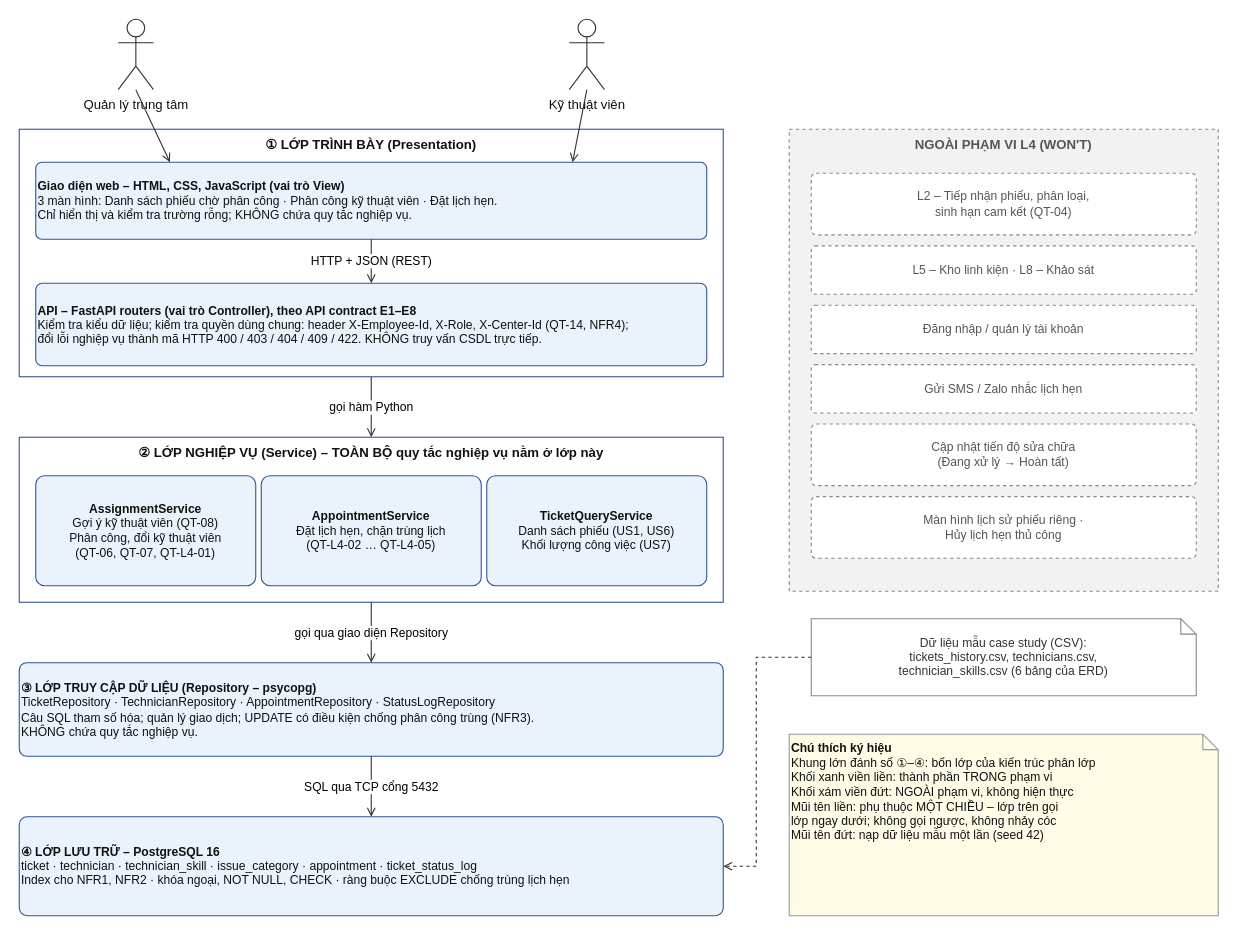
The draw.io diagram docs/architecture.drawio in Thaiduc2374802010117/smartcrm-2374802010117-technician-assignment, before the edit. Source tidied: cells renumbered, new cells numbered last; positions are measured from the earlier drawing's top-left corner, leaving out a move shared by most shapes. Both pictures are drawn from the tidied source at 110%, with x=0, y=0 at pixel (19, 19).
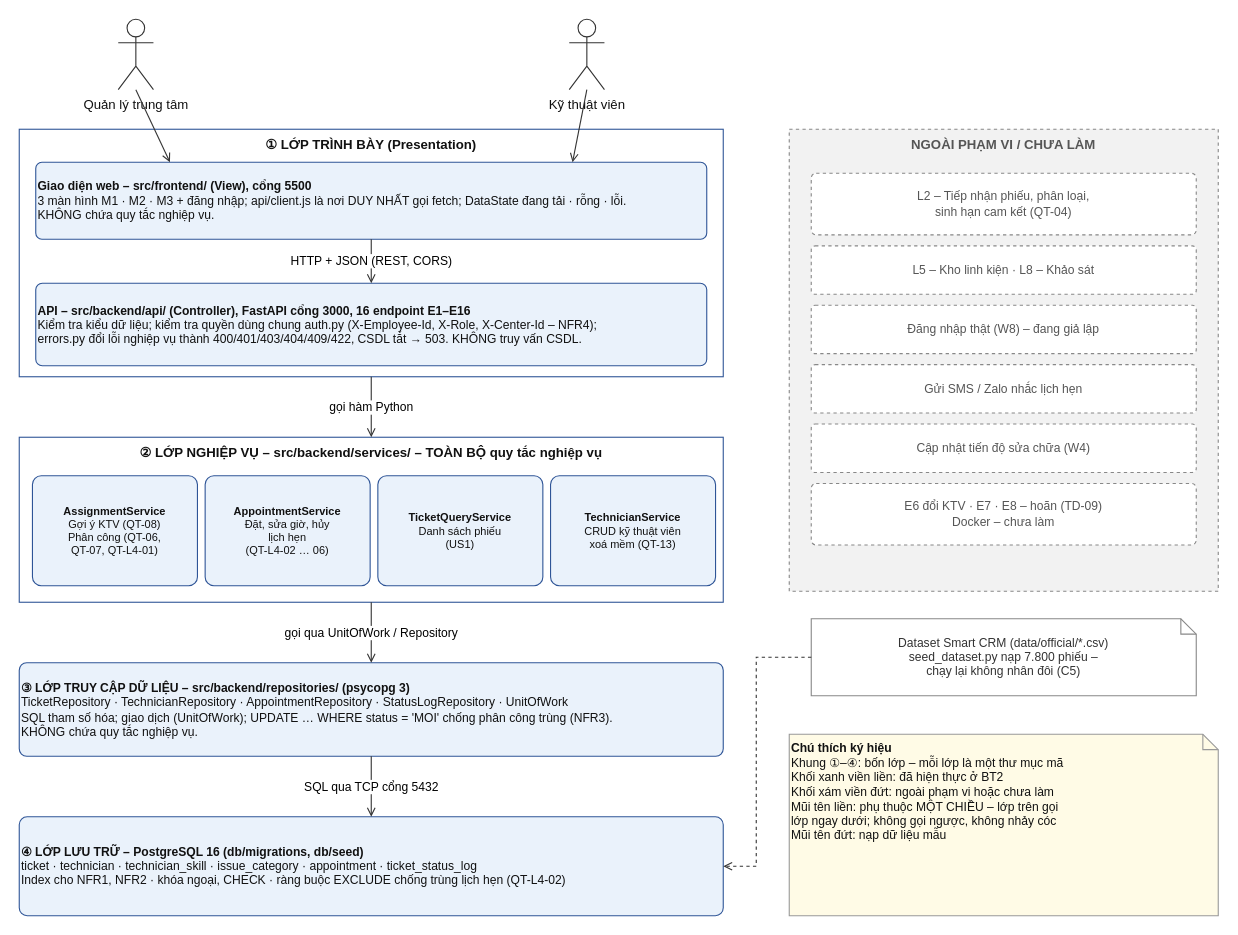
Above is the later version.

The change refers to these unchanged cells:
```xml
<mxCell id="2" value="Quản lý trung tâm" style="shape=umlActor;verticalLabelPosition=bottom;verticalAlign=top;html=1;outlineConnect=0;fillColor=#FFFFFF;strokeColor=#333333;fontSize=12;fontColor=#111111;" parent="1" vertex="1">
  <mxGeometry x="90" width="32" height="64" as="geometry" />
</mxCell>
<mxCell id="3" value="Kỹ thuật viên" style="shape=umlActor;verticalLabelPosition=bottom;verticalAlign=top;html=1;outlineConnect=0;fillColor=#FFFFFF;strokeColor=#333333;fontSize=12;fontColor=#111111;" parent="1" vertex="1">
  <mxGeometry x="500" width="32" height="64" as="geometry" />
</mxCell>
<mxCell id="4" value="&lt;b&gt;① LỚP TRÌNH BÀY (Presentation)&lt;/b&gt;" style="rounded=0;whiteSpace=wrap;html=1;verticalAlign=top;fillColor=#FFFFFF;strokeColor=#2F5597;fontSize=12;fontColor=#111111;align=center;" parent="1" vertex="1">
  <mxGeometry y="100" width="640" height="225" as="geometry" />
</mxCell>
```

What changed in the source:
```diff
@@
-    <mxCell id="5" value="&lt;b&gt;Giao diện web – HTML, CSS, JavaScript (vai trò View)&lt;/b&gt;&lt;br&gt;3 màn hình: Danh sách phiếu chờ phân công · Phân công kỹ thuật viên · Đặt lịch hẹn.&lt;br&gt;Chỉ hiển thị và kiểm tra trường rỗng; KHÔNG chứa quy tắc nghiệp vụ." style="rounded=1;arcSize=8;whiteSpace=wrap;html=1;fillColor=#EAF2FB;strokeColor=#2F5597;fontSize=11;fontColor=#111111;align=left;verticalAlign=middle;" parent="1" vertex="1">
+    <mxCell id="5" value="&lt;b&gt;Giao diện web – src/frontend/ (View), cổng 5500&lt;/b&gt;&lt;br&gt;3 màn hình M1 · M2 · M3 + đăng nhập; api/client.js là nơi DUY NHẤT gọi fetch; DataState đang tải · rỗng · lỗi.&lt;br&gt;KHÔNG chứa quy tắc nghiệp vụ." style="rounded=1;arcSize=8;whiteSpace=wrap;html=1;fillColor=#EAF2FB;strokeColor=#2F5597;fontSize=11;fontColor=#111111;align=left;verticalAlign=middle;" parent="1" vertex="1">
       <mxGeometry x="15" y="130" width="610" height="70" as="geometry" />
     </mxCell>
-    <mxCell id="6" value="&lt;b&gt;API – FastAPI routers (vai trò Controller), theo API contract E1–E8&lt;/b&gt;&lt;br&gt;Kiểm tra kiểu dữ liệu; kiểm tra quyền dùng chung: header X-Employee-Id, X-Role, X-Center-Id (QT-14, NFR4);&lt;br&gt;đổi lỗi nghiệp vụ thành mã HTTP 400 / 403 / 404 / 409 / 422. KHÔNG truy vấn CSDL trực tiếp." style="rounded=1;arcSize=8;whiteSpace=wrap;html=1;fillColor=#EAF2FB;strokeColor=#2F5597;fontSize=11;fontColor=#111111;align=left;verticalAlign=middle;" parent="1" vertex="1">
+    <mxCell id="6" value="&lt;b&gt;API – src/backend/api/ (Controller), FastAPI cổng 3000, 16 endpoint E1–E16&lt;/b&gt;&lt;br&gt;Kiểm tra kiểu dữ liệu; kiểm tra quyền dùng chung auth.py (X-Employee-Id, X-Role, X-Center-Id – NFR4);&lt;br&gt;errors.py đổi lỗi nghiệp vụ thành 400/401/403/404/409/422, CSDL tắt → 503. KHÔNG truy vấn CSDL." style="rounded=1;arcSize=8;whiteSpace=wrap;html=1;fillColor=#EAF2FB;strokeColor=#2F5597;fontSize=11;fontColor=#111111;align=left;verticalAlign=middle;" parent="1" vertex="1">
       <mxGeometry x="15" y="240" width="610" height="75" as="geometry" />
     </mxCell>
-    <mxCell id="7" value="&lt;b&gt;② LỚP NGHIỆP VỤ (Service) – TOÀN BỘ quy tắc nghiệp vụ nằm ở lớp này&lt;/b&gt;" style="rounded=0;whiteSpace=wrap;html=1;verticalAlign=top;fillColor=#FFFFFF;strokeColor=#2F5597;fontSize=12;fontColor=#111111;align=center;" parent="1" vertex="1">
+    <mxCell id="7" value="&lt;b&gt;② LỚP NGHIỆP VỤ – src/backend/services/ – TOÀN BỘ quy tắc nghiệp vụ&lt;/b&gt;" style="rounded=0;whiteSpace=wrap;html=1;verticalAlign=top;fillColor=#FFFFFF;strokeColor=#2F5597;fontSize=12;fontColor=#111111;align=center;" parent="1" vertex="1">
       <mxGeometry y="380" width="640" height="150" as="geometry" />
     </mxCell>
+    <mxCell id="29" value="&lt;b&gt;AssignmentService&lt;/b&gt;&lt;br&gt;Gợi ý KTV (QT-08)&lt;br&gt;Phân công (QT-06,&lt;br&gt;QT-07, QT-L4-01)" style="rounded=1;arcSize=8;whiteSpace=wrap;html=1;fillColor=#EAF2FB;strokeColor=#2F5597;fontSize=10;fontColor=#111111;align=center;verticalAlign=middle;" parent="1" vertex="1">
+      <mxGeometry x="12" y="415" width="150" height="100" as="geometry" />
+    </mxCell>
-    <mxCell id="8" value="&lt;b&gt;AssignmentService&lt;/b&gt;&lt;br&gt;Gợi ý kỹ thuật viên (QT-08)&lt;br&gt;Phân công, đổi kỹ thuật viên&lt;br&gt;(QT-06, QT-07, QT-L4-01)" style="rounded=1;arcSize=8;whiteSpace=wrap;html=1;fillColor=#EAF2FB;strokeColor=#2F5597;fontSize=11;fontColor=#111111;align=center;verticalAlign=middle;" parent="1" vertex="1">
-      <mxGeometry x="15" y="415" width="200" height="100" as="geometry" />
+    <mxCell id="8" value="&lt;b&gt;AppointmentService&lt;/b&gt;&lt;br&gt;Đặt, sửa giờ, hủy&lt;br&gt;lịch hẹn&lt;br&gt;(QT-L4-02 … 06)" style="rounded=1;arcSize=8;whiteSpace=wrap;html=1;fillColor=#EAF2FB;strokeColor=#2F5597;fontSize=10;fontColor=#111111;align=center;verticalAlign=middle;" parent="1" vertex="1">
+      <mxGeometry x="169" y="415" width="150" height="100" as="geometry" />
     </mxCell>
-    <mxCell id="9" value="&lt;b&gt;AppointmentService&lt;/b&gt;&lt;br&gt;Đặt lịch hẹn, chặn trùng lịch&lt;br&gt;(QT-L4-02 … QT-L4-05)" style="rounded=1;arcSize=8;whiteSpace=wrap;html=1;fillColor=#EAF2FB;strokeColor=#2F5597;fontSize=11;fontColor=#111111;align=center;verticalAlign=middle;" parent="1" vertex="1">
-      <mxGeometry x="220" y="415" width="200" height="100" as="geometry" />
+    <mxCell id="9" value="&lt;b&gt;TicketQueryService&lt;/b&gt;&lt;br&gt;Danh sách phiếu&lt;br&gt;(US1)" style="rounded=1;arcSize=8;whiteSpace=wrap;html=1;fillColor=#EAF2FB;strokeColor=#2F5597;fontSize=10;fontColor=#111111;align=center;verticalAlign=middle;" parent="1" vertex="1">
+      <mxGeometry x="326" y="415" width="150" height="100" as="geometry" />
     </mxCell>
-    <mxCell id="10" value="&lt;b&gt;TicketQueryService&lt;/b&gt;&lt;br&gt;Danh sách phiếu (US1, US6)&lt;br&gt;Khối lượng công việc (US7)" style="rounded=1;arcSize=8;whiteSpace=wrap;html=1;fillColor=#EAF2FB;strokeColor=#2F5597;fontSize=11;fontColor=#111111;align=center;verticalAlign=middle;" parent="1" vertex="1">
-      <mxGeometry x="425" y="415" width="200" height="100" as="geometry" />
+    <mxCell id="10" value="&lt;b&gt;TechnicianService&lt;/b&gt;&lt;br&gt;CRUD kỹ thuật viên&lt;br&gt;xoá mềm (QT-13)" style="rounded=1;arcSize=8;whiteSpace=wrap;html=1;fillColor=#EAF2FB;strokeColor=#2F5597;fontSize=10;fontColor=#111111;align=center;verticalAlign=middle;" parent="1" vertex="1">
+      <mxGeometry x="483" y="415" width="150" height="100" as="geometry" />
     </mxCell>
-    <mxCell id="11" value="&lt;b&gt;③ LỚP TRUY CẬP DỮ LIỆU (Repository – psycopg)&lt;/b&gt;&lt;br&gt;TicketRepository · TechnicianRepository · AppointmentRepository · StatusLogRepository&lt;br&gt;Câu SQL tham số hóa; quản lý giao dịch; UPDATE có điều kiện chống phân công trùng (NFR3).&lt;br&gt;KHÔNG chứa quy tắc nghiệp vụ." style="rounded=1;arcSize=8;whiteSpace=wrap;html=1;fillColor=#EAF2FB;strokeColor=#2F5597;fontSize=11;fontColor=#111111;align=left;verticalAlign=middle;" parent="1" vertex="1">
+    <mxCell id="11" value="&lt;b&gt;③ LỚP TRUY CẬP DỮ LIỆU – src/backend/repositories/ (psycopg 3)&lt;/b&gt;&lt;br&gt;TicketRepository · TechnicianRepository · AppointmentRepository · StatusLogRepository · UnitOfWork&lt;br&gt;SQL tham số hóa; giao dịch (UnitOfWork); UPDATE … WHERE status = &amp;#x27;MOI&amp;#x27; chống phân công trùng (NFR3).&lt;br&gt;KHÔNG chứa quy tắc nghiệp vụ." style="rounded=1;arcSize=8;whiteSpace=wrap;html=1;fillColor=#EAF2FB;strokeColor=#2F5597;fontSize=11;fontColor=#111111;align=left;verticalAlign=middle;" parent="1" vertex="1">
       <mxGeometry y="585" width="640" height="85" as="geometry" />
     </mxCell>
-    <mxCell id="12" value="&lt;b&gt;④ LỚP LƯU TRỮ – PostgreSQL 16&lt;/b&gt;&lt;br&gt;ticket · technician · technician_skill · issue_category · appointment · ticket_status_log&lt;br&gt;Index cho NFR1, NFR2 · khóa ngoại, NOT NULL, CHECK · ràng buộc EXCLUDE chống trùng lịch hẹn" style="rounded=1;arcSize=8;whiteSpace=wrap;html=1;fillColor=#EAF2FB;strokeColor=#2F5597;fontSize=11;fontColor=#111111;align=left;verticalAlign=middle;" parent="1" vertex="1">
+    <mxCell id="12" value="&lt;b&gt;④ LỚP LƯU TRỮ – PostgreSQL 16 (db/migrations, db/seed)&lt;/b&gt;&lt;br&gt;ticket · technician · technician_skill · issue_category · appointment · ticket_status_log&lt;br&gt;Index cho NFR1, NFR2 · khóa ngoại, CHECK · ràng buộc EXCLUDE chống trùng lịch hẹn (QT-L4-02)" style="rounded=1;arcSize=8;whiteSpace=wrap;html=1;fillColor=#EAF2FB;strokeColor=#2F5597;fontSize=11;fontColor=#111111;align=left;verticalAlign=middle;" parent="1" vertex="1">
       <mxGeometry y="725" width="640" height="90" as="geometry" />
     </mxCell>
-    <mxCell id="13" value="&lt;b&gt;NGOÀI PHẠM VI L4 (WON&amp;#x27;T)&lt;/b&gt;" style="rounded=0;whiteSpace=wrap;html=1;verticalAlign=top;fillColor=#F2F2F2;strokeColor=#888888;fontSize=12;fontColor=#555555;align=center;dashed=1;" parent="1" vertex="1">
+    <mxCell id="13" value="&lt;b&gt;NGOÀI PHẠM VI / CHƯA LÀM&lt;/b&gt;" style="rounded=0;whiteSpace=wrap;html=1;verticalAlign=top;fillColor=#F2F2F2;strokeColor=#888888;fontSize=12;fontColor=#555555;align=center;dashed=1;" parent="1" vertex="1">
       <mxGeometry x="700" y="100" width="390" height="420" as="geometry" />
     </mxCell>
@@
-    <mxCell id="16" value="Đăng nhập / quản lý tài khoản" style="rounded=1;arcSize=8;whiteSpace=wrap;html=1;fillColor=#FFFFFF;strokeColor=#888888;fontSize=11;fontColor=#555555;align=center;verticalAlign=middle;dashed=1;" parent="1" vertex="1">
+    <mxCell id="16" value="Đăng nhập thật (W8) – đang giả lập" style="rounded=1;arcSize=8;whiteSpace=wrap;html=1;fillColor=#FFFFFF;strokeColor=#888888;fontSize=11;fontColor=#555555;align=center;verticalAlign=middle;dashed=1;" parent="1" vertex="1">
       <mxGeometry x="720" y="260" width="350" height="44" as="geometry" />
     </mxCell>
@@
-    <mxCell id="18" value="Cập nhật tiến độ sửa chữa&lt;br&gt;(Đang xử lý → Hoàn tất)" style="rounded=1;arcSize=8;whiteSpace=wrap;html=1;fillColor=#FFFFFF;strokeColor=#888888;fontSize=11;fontColor=#555555;align=center;verticalAlign=middle;dashed=1;" parent="1" vertex="1">
-      <mxGeometry x="720" y="368" width="350" height="56" as="geometry" />
+    <mxCell id="18" value="Cập nhật tiến độ sửa chữa (W4)" style="rounded=1;arcSize=8;whiteSpace=wrap;html=1;fillColor=#FFFFFF;strokeColor=#888888;fontSize=11;fontColor=#555555;align=center;verticalAlign=middle;dashed=1;" parent="1" vertex="1">
+      <mxGeometry x="720" y="368" width="350" height="44" as="geometry" />
     </mxCell>
-    <mxCell id="19" value="Màn hình lịch sử phiếu riêng ·&lt;br&gt;Hủy lịch hẹn thủ công" style="rounded=1;arcSize=8;whiteSpace=wrap;html=1;fillColor=#FFFFFF;strokeColor=#888888;fontSize=11;fontColor=#555555;align=center;verticalAlign=middle;dashed=1;" parent="1" vertex="1">
-      <mxGeometry x="720" y="434" width="350" height="56" as="geometry" />
+    <mxCell id="19" value="E6 đổi KTV · E7 · E8 – hoãn (TD-09)&lt;br&gt;Docker – chưa làm" style="rounded=1;arcSize=8;whiteSpace=wrap;html=1;fillColor=#FFFFFF;strokeColor=#888888;fontSize=11;fontColor=#555555;align=center;verticalAlign=middle;dashed=1;" parent="1" vertex="1">
+      <mxGeometry x="720" y="422" width="350" height="56" as="geometry" />
     </mxCell>
-    <mxCell id="20" value="Dữ liệu mẫu case study (CSV):&lt;br&gt;tickets_history.csv, technicians.csv,&lt;br&gt;technician_skills.csv (6 bảng của ERD)" style="shape=note;size=14;whiteSpace=wrap;html=1;fillColor=#FFFFFF;strokeColor=#888888;fontSize=11;fontColor=#333333;align=center;verticalAlign=middle;" parent="1" vertex="1">
+    <mxCell id="20" value="Dataset Smart CRM (data/official/*.csv)&lt;br&gt;seed_dataset.py nạp 7.800 phiếu –&lt;br&gt;chạy lại không nhân đôi (C5)" style="shape=note;size=14;whiteSpace=wrap;html=1;fillColor=#FFFFFF;strokeColor=#888888;fontSize=11;fontColor=#333333;align=center;verticalAlign=middle;" parent="1" vertex="1">
       <mxGeometry x="720" y="545" width="350" height="70" as="geometry" />
     </mxCell>
-    <mxCell id="21" value="&lt;b&gt;Chú thích ký hiệu&lt;/b&gt;&lt;br&gt;Khung lớn đánh số ①–④: bốn lớp của kiến trúc phân lớp&lt;br&gt;Khối xanh viền liền: thành phần TRONG phạm vi&lt;br&gt;Khối xám viền đứt: NGOÀI phạm vi, không hiện thực&lt;br&gt;Mũi tên liền: phụ thuộc MỘT CHIỀU – lớp trên gọi&lt;br&gt;  lớp ngay dưới; không gọi ngược, không nhảy cóc&lt;br&gt;Mũi tên đứt: nạp dữ liệu mẫu một lần (seed 42)" style="shape=note;size=14;whiteSpace=wrap;html=1;fillColor=#FFFBE6;strokeColor=#999999;fontSize=11;fontColor=#111111;align=left;verticalAlign=top;" parent="1" vertex="1">
+    <mxCell id="21" value="&lt;b&gt;Chú thích ký hiệu&lt;/b&gt;&lt;br&gt;Khung ①–④: bốn lớp – mỗi lớp là một thư mục mã&lt;br&gt;Khối xanh viền liền: đã hiện thực ở BT2&lt;br&gt;Khối xám viền đứt: ngoài phạm vi hoặc chưa làm&lt;br&gt;Mũi tên liền: phụ thuộc MỘT CHIỀU – lớp trên gọi&lt;br&gt;  lớp ngay dưới; không gọi ngược, không nhảy cóc&lt;br&gt;Mũi tên đứt: nạp dữ liệu mẫu" style="shape=note;size=14;whiteSpace=wrap;html=1;fillColor=#FFFBE6;strokeColor=#999999;fontSize=11;fontColor=#111111;align=left;verticalAlign=top;" parent="1" vertex="1">
       <mxGeometry x="700" y="650" width="390" height="165" as="geometry" />
     </mxCell>
-    <mxCell id="22" style="endArrow=open;html=1;strokeColor=#333333;fontSize=11;rounded=0;exitX=0.5;exitY=1;entryX=0.2;entryY=0;exitDx=0;exitDy=0;entryDx=0;entryDy=0;" parent="1" edge="1" source="2" target="5">
+    <mxCell id="22" style="endArrow=open;html=1;strokeColor=#333333;fontSize=11;rounded=0;exitX=0.5;exitY=1;entryX=0.2;entryY=0;" parent="1" edge="1" source="2" target="5">
       <mxGeometry relative="1" as="geometry" />
     </mxCell>
-    <mxCell id="23" style="endArrow=open;html=1;strokeColor=#333333;fontSize=11;rounded=0;exitX=0.5;exitY=1;entryX=0.8;entryY=0;exitDx=0;exitDy=0;entryDx=0;entryDy=0;" parent="1" edge="1" source="3" target="5">
+    <mxCell id="23" style="endArrow=open;html=1;strokeColor=#333333;fontSize=11;rounded=0;exitX=0.5;exitY=1;entryX=0.8;entryY=0;" parent="1" edge="1" source="3" target="5">
       <mxGeometry relative="1" as="geometry" />
     </mxCell>
-    <mxCell id="24" value="HTTP + JSON (REST)" style="endArrow=open;html=1;strokeColor=#333333;fontSize=11;rounded=0;exitX=0.5;exitY=1;entryX=0.5;entryY=0;exitDx=0;exitDy=0;entryDx=0;entryDy=0;" parent="1" edge="1" source="5" target="6">
+    <mxCell id="24" value="HTTP + JSON (REST, CORS)" style="endArrow=open;html=1;strokeColor=#333333;fontSize=11;rounded=0;exitX=0.5;exitY=1;entryX=0.5;entryY=0;" parent="1" edge="1" source="5" target="6">
       <mxGeometry relative="1" as="geometry" />
     </mxCell>
-    <mxCell id="25" value="gọi hàm Python" style="endArrow=open;html=1;strokeColor=#333333;fontSize=11;rounded=0;exitX=0.5;exitY=1;entryX=0.5;entryY=0;exitDx=0;exitDy=0;entryDx=0;entryDy=0;" parent="1" edge="1" source="4" target="7">
+    <mxCell id="25" value="gọi hàm Python" style="endArrow=open;html=1;strokeColor=#333333;fontSize=11;rounded=0;exitX=0.5;exitY=1;entryX=0.5;entryY=0;" parent="1" edge="1" source="4" target="7">
       <mxGeometry relative="1" as="geometry" />
     </mxCell>
-    <mxCell id="26" value="gọi qua giao diện Repository" style="endArrow=open;html=1;strokeColor=#333333;fontSize=11;rounded=0;exitX=0.5;exitY=1;entryX=0.5;entryY=0;exitDx=0;exitDy=0;entryDx=0;entryDy=0;" parent="1" edge="1" source="7" target="11">
+    <mxCell id="26" value="gọi qua UnitOfWork / Repository" style="endArrow=open;html=1;strokeColor=#333333;fontSize=11;rounded=0;exitX=0.5;exitY=1;entryX=0.5;entryY=0;" parent="1" edge="1" source="7" target="11">
       <mxGeometry relative="1" as="geometry" />
     </mxCell>
-    <mxCell id="27" value="SQL qua TCP cổng 5432" style="endArrow=open;html=1;strokeColor=#333333;fontSize=11;rounded=0;exitX=0.5;exitY=1;entryX=0.5;entryY=0;exitDx=0;exitDy=0;entryDx=0;entryDy=0;" parent="1" edge="1" source="11" target="12">
+    <mxCell id="27" value="SQL qua TCP cổng 5432" style="endArrow=open;html=1;strokeColor=#333333;fontSize=11;rounded=0;exitX=0.5;exitY=1;entryX=0.5;entryY=0;" parent="1" edge="1" source="11" target="12">
       <mxGeometry relative="1" as="geometry" />
     </mxCell>
-    <mxCell id="28" style="endArrow=open;html=1;strokeColor=#333333;fontSize=11;rounded=0;dashed=1;exitX=0;exitY=0.5;entryX=1;entryY=0.5;exitDx=0;exitDy=0;entryDx=0;entryDy=0;" parent="1" edge="1" source="20" target="12">
+    <mxCell id="28" style="endArrow=open;html=1;strokeColor=#333333;fontSize=11;rounded=0;dashed=1;exitX=0;exitY=0.5;entryX=1;entryY=0.5;" parent="1" edge="1" source="20" target="12">
       <mxGeometry relative="1" as="geometry">
         <Array as="points">
           <mxPoint x="670" y="580" />
           <mxPoint x="670" y="770" />
         </Array>
       </mxGeometry>
     </mxCell>
```
